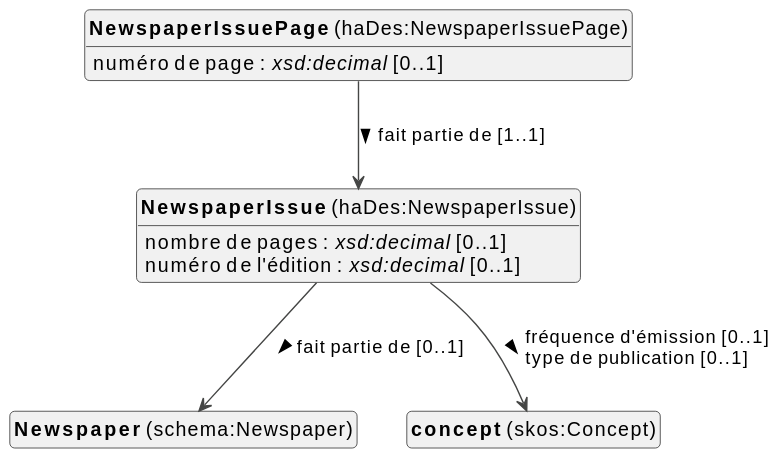
Above: docs/metadata/knowledge-graph/0.0.1/bibliographic/fr/bibliographic-diagram.svg in viaacode/documentation-jekyll (PlantUML), before the change.
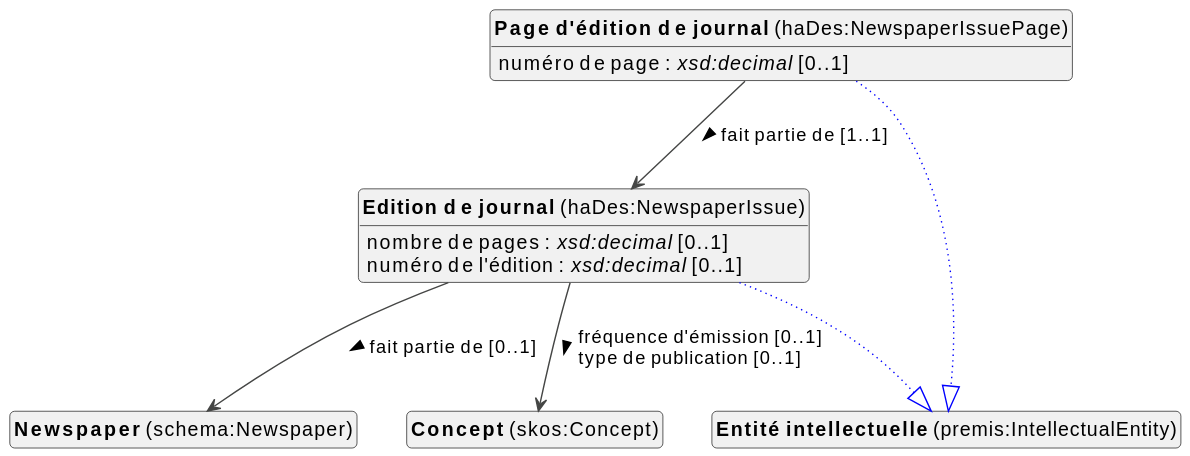
Above is the later version.

What changed in the source:
```diff
@@ -10,11 +10,18 @@
 top to bottom direction
 
 
-class "<b>NewspaperIssue</b> (haDes:NewspaperIssue)" as haDes_NewspaperIssue [[#haDes%3ANewspaperIssue]]
-class "<b>NewspaperIssuePage</b> (haDes:NewspaperIssuePage)" as haDes_NewspaperIssuePage [[#haDes%3ANewspaperIssuePage]]
 class "<b>Newspaper</b> (schema:Newspaper)" as schema_Newspaper [[#schema%3ANewspaper]]
-class "<b>concept</b> (skos:Concept)" as skos_Concept [[../../terms/fr#skos%3AConcept]]
+class "<b>Concept</b> (skos:Concept)" as skos_Concept [[../../terms/fr#skos%3AConcept]]
+class "<b>Edition de journal</b> (haDes:NewspaperIssue)" as haDes_NewspaperIssue [[#haDes%3ANewspaperIssue]]
+class "<b>Entité intellectuelle</b> (premis:IntellectualEntity)" as premis_IntellectualEntity [[#premis%3AIntellectualEntity]]
+class "<b>Page d'édition de journal</b> (haDes:NewspaperIssuePage)" as haDes_NewspaperIssuePage [[#haDes%3ANewspaperIssuePage]]
+class "<b>Entité intellectuelle</b> (premis:IntellectualEntity)" as premis_IntellectualEntity [[#premis%3AIntellectualEntity]]
 
+
+
+
+
+haDes_NewspaperIssue --|> premis_IntellectualEntity #blue;line.dotted;text:blue
 
 haDes_NewspaperIssue : nombre de pages : <i>xsd:decimal</i> [0..1]
 haDes_NewspaperIssue : numéro de l'édition : <i>xsd:decimal</i> [0..1]
@@ -22,13 +29,10 @@
 haDes_NewspaperIssue --> skos_Concept :fréquence d'émission [0..1]  \ltype de publication [0..1]  >
 
 
+haDes_NewspaperIssuePage --|> premis_IntellectualEntity #blue;line.dotted;text:blue
 
 haDes_NewspaperIssuePage : numéro de page : <i>xsd:decimal</i> [0..1]
 haDes_NewspaperIssuePage --> haDes_NewspaperIssue :fait partie de [1..1]  >
-
-
-
-
 
 
 
```
